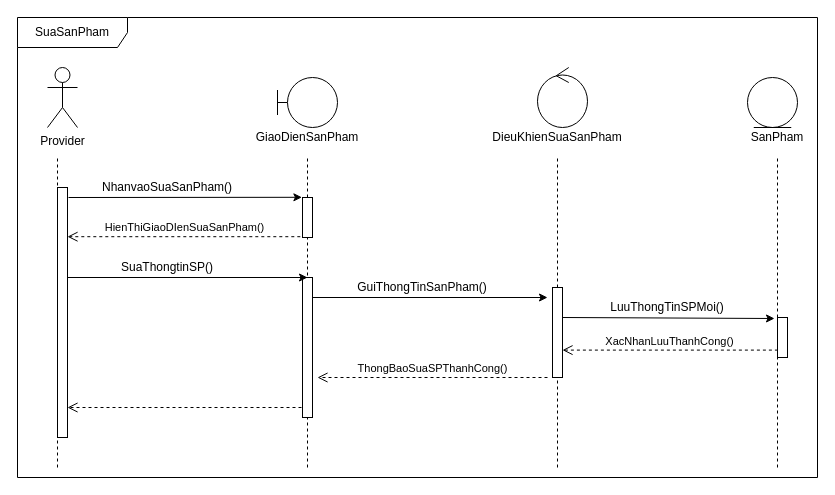
This is Sequence/SuaSanPham.drawio from hoangminh15/PTTKHT, a draw.io file, before an edit. Source tidied: cells renumbered, new cells numbered last; positions are measured from the earlier drawing's top-left corner, leaving out a move shared by most shapes. Both pictures are drawn from the tidied source at 100%, with x=0, y=0 at pixel (17, 17).
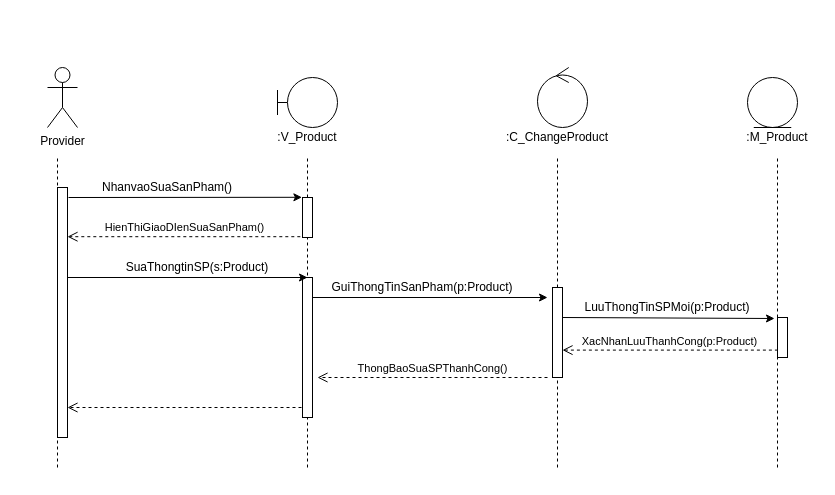
After the change.

The change refers to these unchanged cells:
```xml
<mxCell id="17" style="html=1;points=[];perimeter=orthogonalPerimeter;" parent="1" vertex="1">
  <mxGeometry x="535" y="270" width="10" height="90" as="geometry" />
</mxCell>
<mxCell id="18" style="html=1;points=[];perimeter=orthogonalPerimeter;" parent="1" vertex="1">
  <mxGeometry x="760" y="300" width="10" height="40" as="geometry" />
</mxCell>
```

What changed in the source:
```diff
@@
-    <mxCell id="4" value="GiaoDienSanPham" style="text;html=1;strokeColor=none;fillColor=none;align=center;verticalAlign=middle;whiteSpace=wrap;rounded=0;" parent="1" vertex="1">
+    <mxCell id="4" value=":V_Product" style="text;html=1;strokeColor=none;fillColor=none;align=center;verticalAlign=middle;whiteSpace=wrap;rounded=0;" parent="1" vertex="1">
       <mxGeometry x="270" y="110" width="40" height="20" as="geometry" />
     </mxCell>
@@
-    <mxCell id="7" value="DieuKhienSuaSanPham" style="text;html=1;strokeColor=none;fillColor=none;align=center;verticalAlign=middle;whiteSpace=wrap;rounded=0;" parent="1" vertex="1">
+    <mxCell id="7" value=":C_ChangeProduct" style="text;html=1;strokeColor=none;fillColor=none;align=center;verticalAlign=middle;whiteSpace=wrap;rounded=0;" parent="1" vertex="1">
       <mxGeometry x="520" y="110" width="40" height="20" as="geometry" />
     </mxCell>
-    <mxCell id="8" value="SanPham" style="text;html=1;strokeColor=none;fillColor=none;align=center;verticalAlign=middle;whiteSpace=wrap;rounded=0;" parent="1" vertex="1">
+    <mxCell id="8" value=":M_Product" style="text;html=1;strokeColor=none;fillColor=none;align=center;verticalAlign=middle;whiteSpace=wrap;rounded=0;" parent="1" vertex="1">
       <mxGeometry x="740" y="110" width="40" height="20" as="geometry" />
     </mxCell>
@@
-    <mxCell id="22" value="SuaThongtinSP()" style="text;html=1;strokeColor=none;fillColor=none;align=center;verticalAlign=middle;whiteSpace=wrap;rounded=0;" parent="1" vertex="1">
-      <mxGeometry x="130" y="240" width="40" height="20" as="geometry" />
+    <mxCell id="22" value="SuaThongtinSP(s:Product)" style="text;html=1;strokeColor=none;fillColor=none;align=center;verticalAlign=middle;whiteSpace=wrap;rounded=0;" parent="1" vertex="1">
+      <mxGeometry x="160" y="240" width="40" height="20" as="geometry" />
     </mxCell>
@@
-    <mxCell id="24" value="GuiThongTinSanPham()" style="text;html=1;strokeColor=none;fillColor=none;align=center;verticalAlign=middle;whiteSpace=wrap;rounded=0;" parent="1" vertex="1">
+    <mxCell id="24" value="GuiThongTinSanPham(p:Product)" style="text;html=1;strokeColor=none;fillColor=none;align=center;verticalAlign=middle;whiteSpace=wrap;rounded=0;" parent="1" vertex="1">
       <mxGeometry x="385" y="260" width="40" height="20" as="geometry" />
     </mxCell>
@@
-    <mxCell id="26" value="LuuThongTinSPMoi()" style="text;html=1;strokeColor=none;fillColor=none;align=center;verticalAlign=middle;whiteSpace=wrap;rounded=0;" parent="1" vertex="1">
+    <mxCell id="26" value="LuuThongTinSPMoi(p:Product)" style="text;html=1;strokeColor=none;fillColor=none;align=center;verticalAlign=middle;whiteSpace=wrap;rounded=0;" parent="1" vertex="1">
       <mxGeometry x="630" y="280" width="40" height="20" as="geometry" />
     </mxCell>
-    <mxCell id="27" value="XacNhanLuuThanhCong()" style="html=1;verticalAlign=bottom;endArrow=open;dashed=1;endSize=8;exitX=0.04;exitY=0.815;exitDx=0;exitDy=0;exitPerimeter=0;" parent="1" edge="1" source="18" target="17">
+    <mxCell id="27" value="XacNhanLuuThanhCong(p:Product)" style="html=1;verticalAlign=bottom;endArrow=open;dashed=1;endSize=8;exitX=0.04;exitY=0.815;exitDx=0;exitDy=0;exitPerimeter=0;" parent="1" edge="1" source="18" target="17">
       <mxGeometry relative="1" as="geometry" />
     </mxCell>
@@
-    <mxCell id="30" value="SuaSanPham" style="shape=umlFrame;whiteSpace=wrap;html=1;width=110;height=30;" parent="1" vertex="1">
-      <mxGeometry width="800" height="460" as="geometry" />
-    </mxCell>
```
